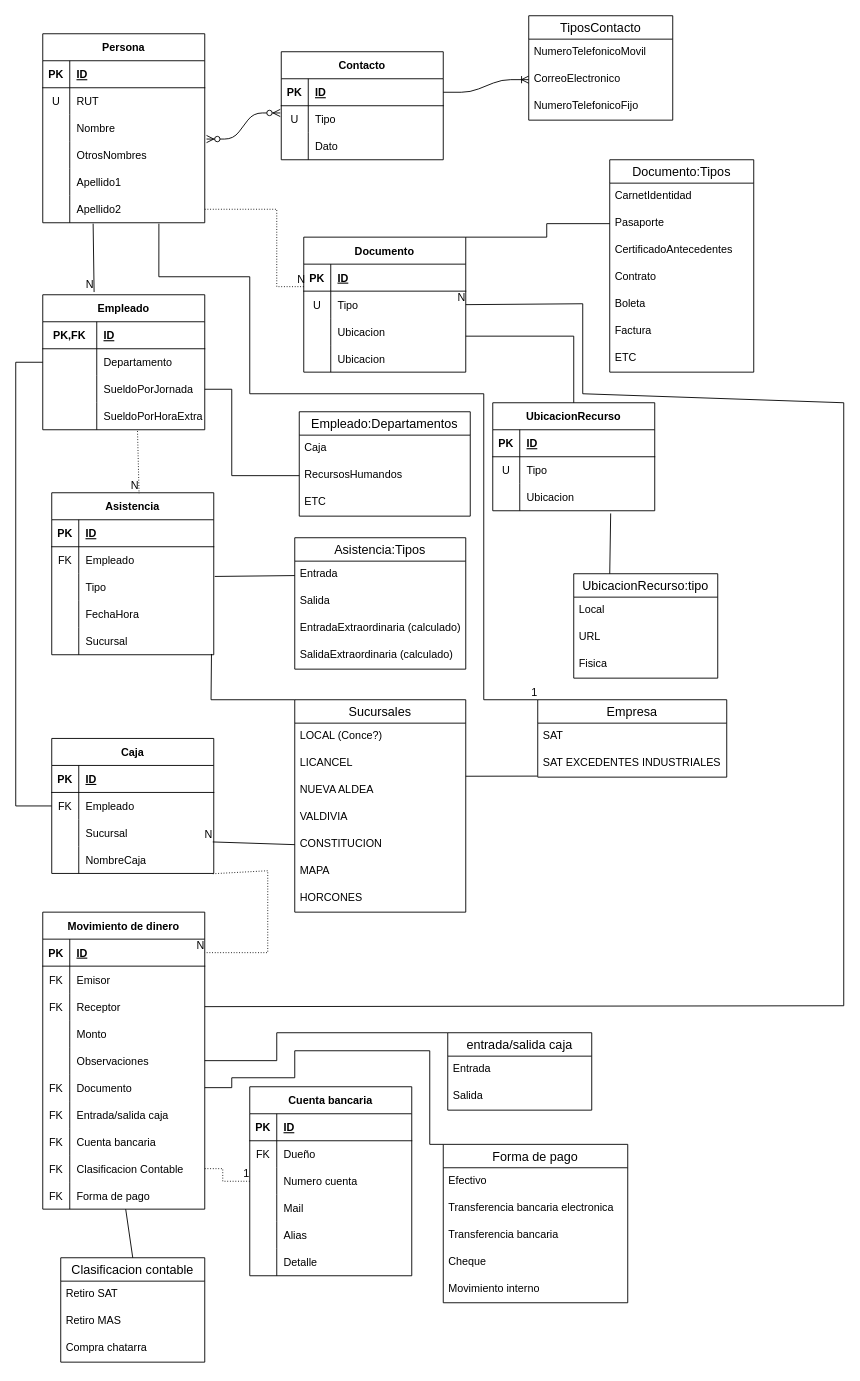
The draw.io diagram erd.drawio in aaroncruces/proyectosat, before the edit. Source tidied: cells renumbered, new cells numbered last; positions are measured from the earlier drawing's top-left corner, leaving out a move shared by most shapes. Both pictures are drawn from the tidied source at 90%, with x=0, y=0 at pixel (15, 15).
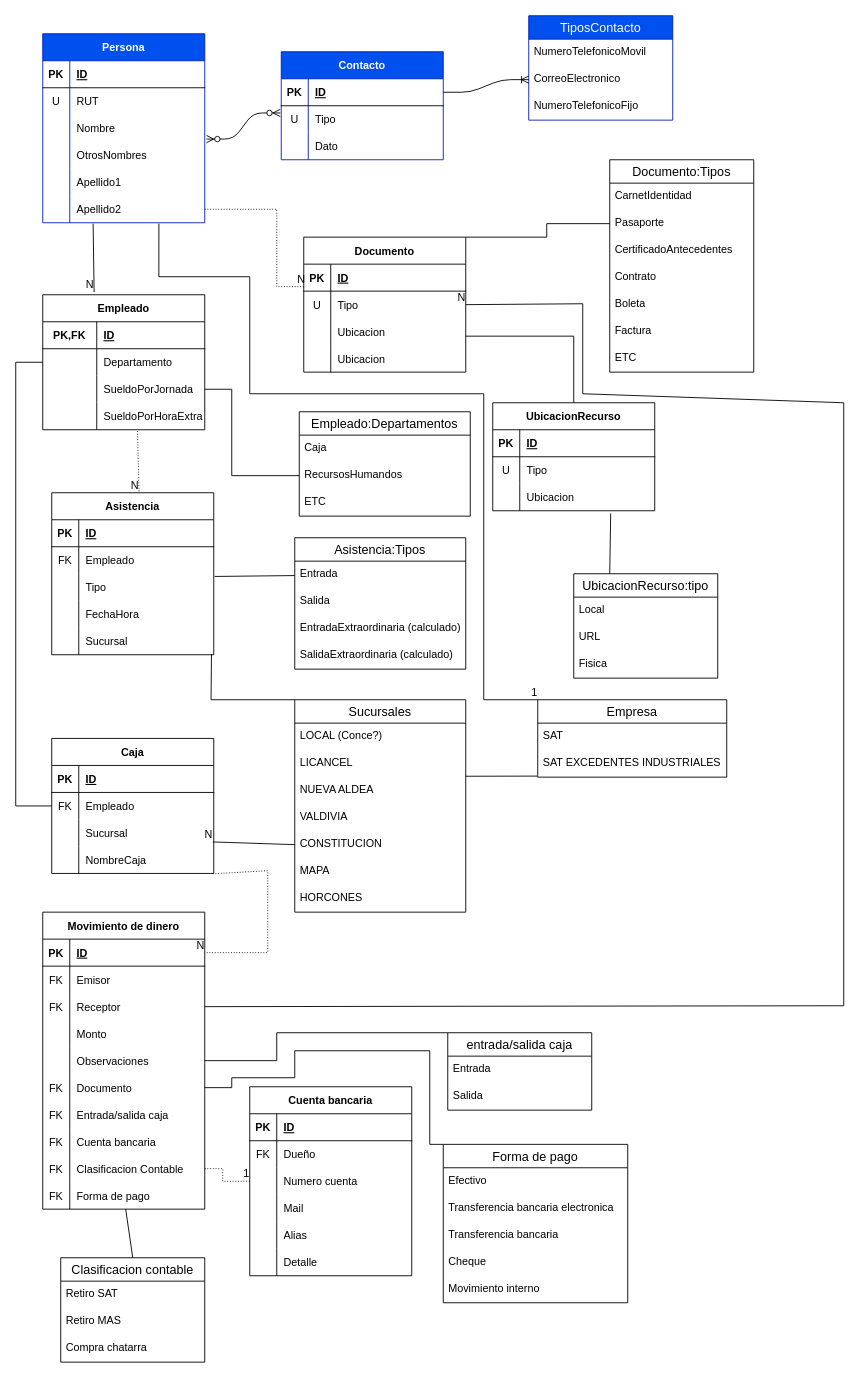
The same page after the edit.

Commit message (it also covers changes not shown here):
actualizacion erd y sql

Diff of the diagram source:
```diff
@@
-    <mxCell id="2" value="Persona" style="shape=table;startSize=30;childLayout=tableLayout;rowLines=0;fontStyle=1;align=center;" parent="1" vertex="1">
+    <mxCell id="2" value="Persona" style="shape=table;startSize=30;childLayout=tableLayout;rowLines=0;fontStyle=1;align=center;fillColor=#0050ef;fontColor=#ffffff;strokeColor=#001DBC;" parent="1" vertex="1">
       <mxGeometry x="30" y="20" width="180" height="210" as="geometry" />
     </mxCell>
@@
-    <mxCell id="21" value="Contacto" style="shape=table;startSize=30;childLayout=tableLayout;rowLines=0;fontStyle=1;align=center;" parent="1" vertex="1">
+    <mxCell id="21" value="Contacto" style="shape=table;startSize=30;childLayout=tableLayout;rowLines=0;fontStyle=1;align=center;fillColor=#0050ef;fontColor=#ffffff;strokeColor=#001DBC;" parent="1" vertex="1">
       <mxGeometry x="295" y="40" width="180" height="120" as="geometry" />
     </mxCell>
@@
-    <mxCell id="31" value="TiposContacto" style="swimlane;fontStyle=0;horizontal=1;startSize=26;align=center;fontSize=14;" parent="1" vertex="1">
+    <mxCell id="31" value="TiposContacto" style="swimlane;fontStyle=0;horizontal=1;startSize=26;align=center;fontSize=14;fillColor=#0050ef;fontColor=#ffffff;strokeColor=#001DBC;" parent="1" vertex="1">
       <mxGeometry x="570" width="160" height="116" as="geometry" />
     </mxCell>
```
